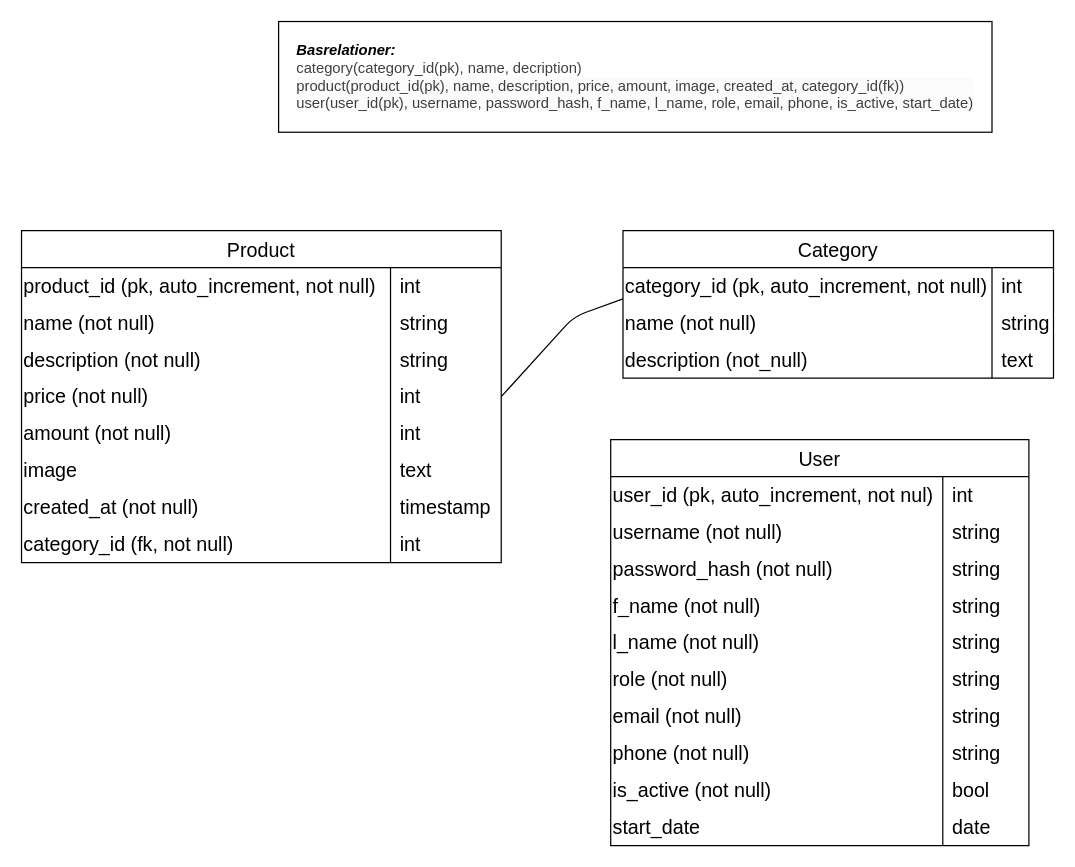
Before: er-diagram.drawio in gustafsson96/project-dt193g-backend, a draw.io diagram. Source tidied: cells renumbered, new cells numbered last; positions are measured from the earlier drawing's top-left corner, leaving out a move shared by most shapes. Both pictures are drawn from the tidied source at 123%, with x=0, y=0 at pixel (21, 21).
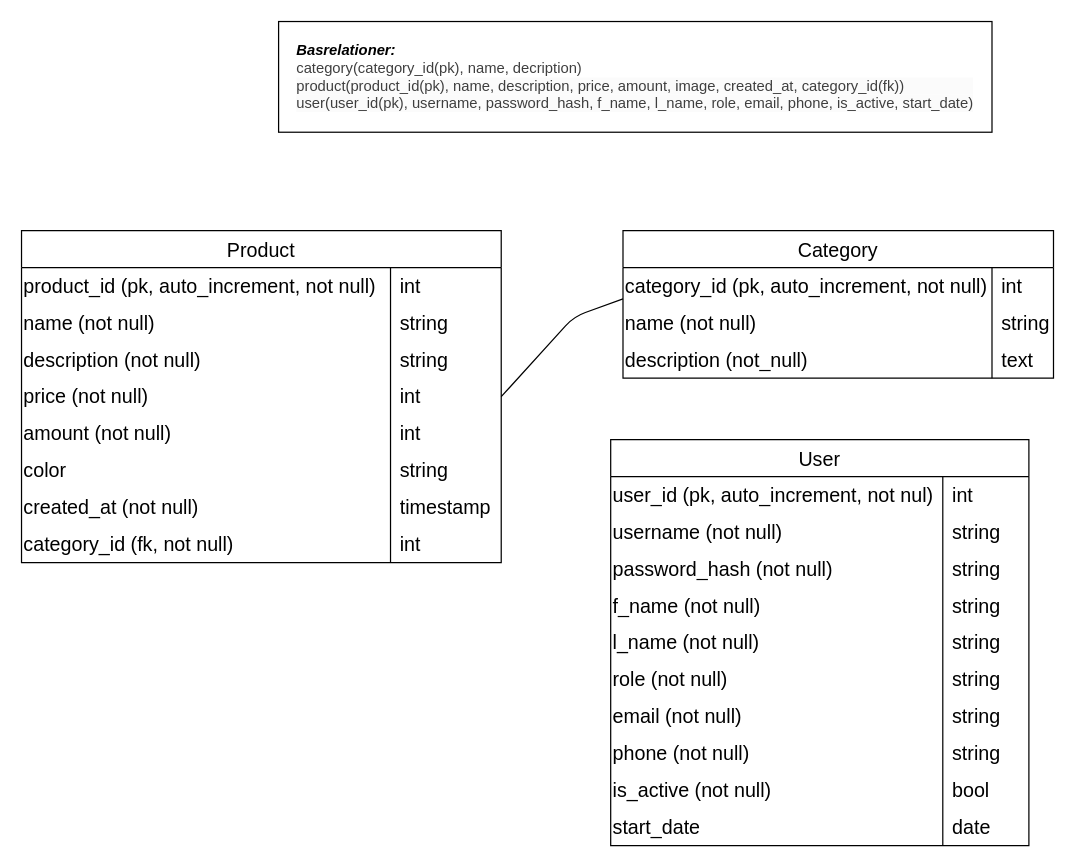
The same diagram, later.

Commit message:
Update Product table by adding color field

Unchanged cells that the change refers to:
```xml
<mxCell id="18" style="shape=tableRow;horizontal=0;startSize=0;swimlaneHead=0;swimlaneBody=0;top=0;left=0;bottom=0;right=0;fillColor=none;strokeColor=inherit;fontSize=16;" parent="2" vertex="1">
  <mxGeometry y="180" width="390" height="30" as="geometry" />
</mxCell>
```

The edit, as a diff of the source:
```diff
@@
-    <mxCell id="19" value="&lt;span style=&quot;color: rgb(0, 0, 0);&quot;&gt;image&lt;/span&gt;" style="shape=partialRectangle;html=1;whiteSpace=wrap;fillColor=none;top=0;left=0;bottom=0;right=0;overflow=hidden;strokeColor=inherit;fontSize=16;align=left;" parent="18" vertex="1">
+    <mxCell id="19" value="&lt;span style=&quot;color: rgb(0, 0, 0);&quot;&gt;color&lt;/span&gt;" style="shape=partialRectangle;html=1;whiteSpace=wrap;fillColor=none;top=0;left=0;bottom=0;right=0;overflow=hidden;strokeColor=inherit;fontSize=16;align=left;" parent="18" vertex="1">
       <mxGeometry width="300" height="30" as="geometry" />
     </mxCell>
-    <mxCell id="20" value="text" style="shape=partialRectangle;html=1;whiteSpace=wrap;fillColor=none;top=0;left=0;bottom=0;right=0;align=left;spacingLeft=6;overflow=hidden;strokeColor=inherit;fontSize=16;" parent="18" vertex="1">
+    <mxCell id="20" value="string" style="shape=partialRectangle;html=1;whiteSpace=wrap;fillColor=none;top=0;left=0;bottom=0;right=0;align=left;spacingLeft=6;overflow=hidden;strokeColor=inherit;fontSize=16;" parent="18" vertex="1">
       <mxGeometry x="300" width="90" height="30" as="geometry" />
     </mxCell>
```
